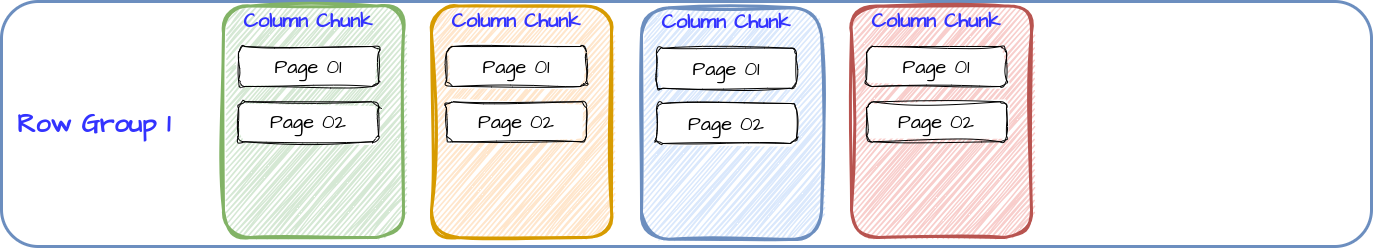
Above: content/en/blog/2023/2023-12-28/apache-parquet-parquet-format-03.drawio.png in mauvaisetroupe/architech (draw.io), before the change. Source tidied: cells renumbered, new cells last; positions are measured from the earlier drawing's top-left corner, leaving out a move shared by most shapes. The source it was exported from:
```xml
<mxGraphModel>
  <root>
    <mxCell id="0" />
    <mxCell id="1" parent="0" />
    <mxCell id="2" value="Row Group 1" style="rounded=1;whiteSpace=wrap;html=1;hachureGap=4;fontFamily=Architects Daughter;fontSource=https%3A%2F%2Ffonts.googleapis.com%2Fcss%3Ffamily%3DArchitects%2BDaughter;fontSize=26;fillColor=none;strokeColor=#6c8ebf;strokeWidth=3;align=left;spacingRight=5;spacingLeft=14;fontColor=#3333FF;fontStyle=1;" parent="1" vertex="1">
      <mxGeometry width="1370" height="245" as="geometry" />
    </mxCell>
    <mxCell id="3" style="rounded=1;whiteSpace=wrap;html=1;hachureGap=4;fontFamily=Architects Daughter;fontSource=https%3A%2F%2Ffonts.googleapis.com%2Fcss%3Ffamily%3DArchitects%2BDaughter;fontSize=30;fillColor=#d5e8d4;strokeColor=#82b366;strokeWidth=3;align=center;spacingRight=5;spacingLeft=14;fillStyle=hatch;sketch=1;curveFitting=1;jiggle=2;fontStyle=1;fontColor=#3333FF;" parent="1" vertex="1">
      <mxGeometry x="222" y="4.5" width="180" height="231.5" as="geometry" />
    </mxCell>
    <mxCell id="4" value="Column Chunk" style="text;html=1;strokeColor=none;fillColor=none;align=center;verticalAlign=middle;whiteSpace=wrap;rounded=0;fontSize=20;fontFamily=Architects Daughter;fontColor=#3333FF;fontStyle=1;" parent="1" vertex="1">
      <mxGeometry x="212" y="3.5" width="190" height="30" as="geometry" />
    </mxCell>
    <mxCell id="5" value="Page 01" style="rounded=1;whiteSpace=wrap;html=1;sketch=1;hachureGap=4;jiggle=2;curveFitting=1;fontFamily=Architects Daughter;fontSource=https%3A%2F%2Ffonts.googleapis.com%2Fcss%3Ffamily%3DArchitects%2BDaughter;fontSize=20;" parent="1" vertex="1">
      <mxGeometry x="237" y="45" width="140" height="40" as="geometry" />
    </mxCell>
    <mxCell id="6" value="Page 02" style="rounded=1;whiteSpace=wrap;html=1;sketch=1;hachureGap=4;jiggle=2;curveFitting=1;fontFamily=Architects Daughter;fontSource=https%3A%2F%2Ffonts.googleapis.com%2Fcss%3Ffamily%3DArchitects%2BDaughter;fontSize=20;" parent="1" vertex="1">
      <mxGeometry x="237" y="100.2" width="140" height="40" as="geometry" />
    </mxCell>
    <mxCell id="7" style="rounded=1;whiteSpace=wrap;html=1;hachureGap=4;fontFamily=Architects Daughter;fontSource=https%3A%2F%2Ffonts.googleapis.com%2Fcss%3Ffamily%3DArchitects%2BDaughter;fontSize=30;fillColor=#ffe6cc;strokeColor=#d79b00;strokeWidth=3;align=center;spacingRight=5;spacingLeft=14;fillStyle=hatch;sketch=1;curveFitting=1;jiggle=2;fontStyle=1;" parent="1" vertex="1">
      <mxGeometry x="430" y="4.5" width="180" height="231.5" as="geometry" />
    </mxCell>
    <mxCell id="8" value="Column Chunk" style="text;html=1;strokeColor=none;fillColor=none;align=center;verticalAlign=middle;whiteSpace=wrap;rounded=0;fontSize=20;fontFamily=Architects Daughter;fontColor=#3333FF;fontStyle=1;" parent="1" vertex="1">
      <mxGeometry x="420" y="3.5" width="190" height="30" as="geometry" />
    </mxCell>
    <mxCell id="9" value="Page 01" style="rounded=1;whiteSpace=wrap;html=1;sketch=1;hachureGap=4;jiggle=2;curveFitting=1;fontFamily=Architects Daughter;fontSource=https%3A%2F%2Ffonts.googleapis.com%2Fcss%3Ffamily%3DArchitects%2BDaughter;fontSize=20;" parent="1" vertex="1">
      <mxGeometry x="445" y="45" width="140" height="40" as="geometry" />
    </mxCell>
    <mxCell id="10" value="Page 02" style="rounded=1;whiteSpace=wrap;html=1;sketch=1;hachureGap=4;jiggle=2;curveFitting=1;fontFamily=Architects Daughter;fontSource=https%3A%2F%2Ffonts.googleapis.com%2Fcss%3Ffamily%3DArchitects%2BDaughter;fontSize=20;" parent="1" vertex="1">
      <mxGeometry x="445" y="100.2" width="140" height="40" as="geometry" />
    </mxCell>
    <mxCell id="11" style="rounded=1;whiteSpace=wrap;html=1;hachureGap=4;fontFamily=Architects Daughter;fontSource=https%3A%2F%2Ffonts.googleapis.com%2Fcss%3Ffamily%3DArchitects%2BDaughter;fontSize=30;fillColor=#dae8fc;strokeColor=#6c8ebf;strokeWidth=3;align=center;spacingRight=5;spacingLeft=14;fillStyle=hatch;sketch=1;curveFitting=1;jiggle=2;fontStyle=1;" parent="1" vertex="1">
      <mxGeometry x="640" y="6.2" width="180" height="231.5" as="geometry" />
    </mxCell>
    <mxCell id="12" value="Column Chunk" style="text;html=1;strokeColor=none;fillColor=none;align=center;verticalAlign=middle;whiteSpace=wrap;rounded=0;fontSize=20;fontFamily=Architects Daughter;fontColor=#3333FF;fontStyle=1;" parent="1" vertex="1">
      <mxGeometry x="630" y="5.2" width="190" height="30" as="geometry" />
    </mxCell>
    <mxCell id="13" value="Page 01" style="rounded=1;whiteSpace=wrap;html=1;sketch=1;hachureGap=4;jiggle=2;curveFitting=1;fontFamily=Architects Daughter;fontSource=https%3A%2F%2Ffonts.googleapis.com%2Fcss%3Ffamily%3DArchitects%2BDaughter;fontSize=20;" parent="1" vertex="1">
      <mxGeometry x="655" y="46.8" width="140" height="40" as="geometry" />
    </mxCell>
    <mxCell id="14" value="Page 02" style="rounded=1;whiteSpace=wrap;html=1;sketch=1;hachureGap=4;jiggle=2;curveFitting=1;fontFamily=Architects Daughter;fontSource=https%3A%2F%2Ffonts.googleapis.com%2Fcss%3Ffamily%3DArchitects%2BDaughter;fontSize=20;" parent="1" vertex="1">
      <mxGeometry x="655" y="102" width="140" height="40" as="geometry" />
    </mxCell>
    <mxCell id="15" style="rounded=1;whiteSpace=wrap;html=1;hachureGap=4;fontFamily=Architects Daughter;fontSource=https%3A%2F%2Ffonts.googleapis.com%2Fcss%3Ffamily%3DArchitects%2BDaughter;fontSize=30;fillColor=#f8cecc;strokeColor=#b85450;strokeWidth=3;align=center;spacingRight=5;spacingLeft=14;fillStyle=hatch;sketch=1;curveFitting=1;jiggle=2;fontStyle=1;" parent="1" vertex="1">
      <mxGeometry x="850" y="4.5" width="180" height="231.5" as="geometry" />
    </mxCell>
    <mxCell id="16" value="Column Chunk" style="text;html=1;strokeColor=none;fillColor=none;align=center;verticalAlign=middle;whiteSpace=wrap;rounded=0;fontSize=20;fontFamily=Architects Daughter;fontColor=#3333FF;fontStyle=1;" parent="1" vertex="1">
      <mxGeometry x="840" y="3.5" width="190" height="30" as="geometry" />
    </mxCell>
    <mxCell id="17" value="Page 01" style="rounded=1;whiteSpace=wrap;html=1;sketch=1;hachureGap=4;jiggle=2;curveFitting=1;fontFamily=Architects Daughter;fontSource=https%3A%2F%2Ffonts.googleapis.com%2Fcss%3Ffamily%3DArchitects%2BDaughter;fontSize=20;" parent="1" vertex="1">
      <mxGeometry x="865" y="45" width="140" height="40" as="geometry" />
    </mxCell>
    <mxCell id="18" value="Page 02" style="rounded=1;whiteSpace=wrap;html=1;sketch=1;hachureGap=4;jiggle=2;curveFitting=1;fontFamily=Architects Daughter;fontSource=https%3A%2F%2Ffonts.googleapis.com%2Fcss%3Ffamily%3DArchitects%2BDaughter;fontSize=20;" parent="1" vertex="1">
      <mxGeometry x="865" y="100.2" width="140" height="40" as="geometry" />
    </mxCell>
  </root>
</mxGraphModel>
```
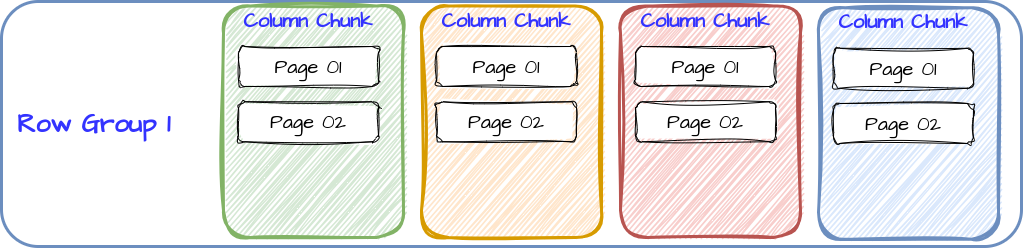
The same diagram one commit later.

Commit message:
Apache parquet format

The edit, as a diff of the source:
```diff
@@ -3,7 +3,7 @@
     <mxCell id="0" />
     <mxCell id="1" parent="0" />
     <mxCell id="2" value="Row Group 1" style="rounded=1;whiteSpace=wrap;html=1;hachureGap=4;fontFamily=Architects Daughter;fontSource=https%3A%2F%2Ffonts.googleapis.com%2Fcss%3Ffamily%3DArchitects%2BDaughter;fontSize=26;fillColor=none;strokeColor=#6c8ebf;strokeWidth=3;align=left;spacingRight=5;spacingLeft=14;fontColor=#3333FF;fontStyle=1;" parent="1" vertex="1">
-      <mxGeometry width="1370" height="245" as="geometry" />
+      <mxGeometry width="1020" height="245" as="geometry" />
     </mxCell>
     <mxCell id="3" style="rounded=1;whiteSpace=wrap;html=1;hachureGap=4;fontFamily=Architects Daughter;fontSource=https%3A%2F%2Ffonts.googleapis.com%2Fcss%3Ffamily%3DArchitects%2BDaughter;fontSize=30;fillColor=#d5e8d4;strokeColor=#82b366;strokeWidth=3;align=center;spacingRight=5;spacingLeft=14;fillStyle=hatch;sketch=1;curveFitting=1;jiggle=2;fontStyle=1;fontColor=#3333FF;" parent="1" vertex="1">
       <mxGeometry x="222" y="4.5" width="180" height="231.5" as="geometry" />
@@ -18,40 +18,40 @@
       <mxGeometry x="237" y="100.2" width="140" height="40" as="geometry" />
     </mxCell>
     <mxCell id="7" style="rounded=1;whiteSpace=wrap;html=1;hachureGap=4;fontFamily=Architects Daughter;fontSource=https%3A%2F%2Ffonts.googleapis.com%2Fcss%3Ffamily%3DArchitects%2BDaughter;fontSize=30;fillColor=#ffe6cc;strokeColor=#d79b00;strokeWidth=3;align=center;spacingRight=5;spacingLeft=14;fillStyle=hatch;sketch=1;curveFitting=1;jiggle=2;fontStyle=1;" parent="1" vertex="1">
-      <mxGeometry x="430" y="4.5" width="180" height="231.5" as="geometry" />
+      <mxGeometry x="420" y="4.5" width="180" height="231.5" as="geometry" />
     </mxCell>
     <mxCell id="8" value="Column Chunk" style="text;html=1;strokeColor=none;fillColor=none;align=center;verticalAlign=middle;whiteSpace=wrap;rounded=0;fontSize=20;fontFamily=Architects Daughter;fontColor=#3333FF;fontStyle=1;" parent="1" vertex="1">
-      <mxGeometry x="420" y="3.5" width="190" height="30" as="geometry" />
+      <mxGeometry x="410" y="3.5" width="190" height="30" as="geometry" />
     </mxCell>
     <mxCell id="9" value="Page 01" style="rounded=1;whiteSpace=wrap;html=1;sketch=1;hachureGap=4;jiggle=2;curveFitting=1;fontFamily=Architects Daughter;fontSource=https%3A%2F%2Ffonts.googleapis.com%2Fcss%3Ffamily%3DArchitects%2BDaughter;fontSize=20;" parent="1" vertex="1">
-      <mxGeometry x="445" y="45" width="140" height="40" as="geometry" />
+      <mxGeometry x="435" y="45" width="140" height="40" as="geometry" />
     </mxCell>
     <mxCell id="10" value="Page 02" style="rounded=1;whiteSpace=wrap;html=1;sketch=1;hachureGap=4;jiggle=2;curveFitting=1;fontFamily=Architects Daughter;fontSource=https%3A%2F%2Ffonts.googleapis.com%2Fcss%3Ffamily%3DArchitects%2BDaughter;fontSize=20;" parent="1" vertex="1">
-      <mxGeometry x="445" y="100.2" width="140" height="40" as="geometry" />
+      <mxGeometry x="435" y="100.2" width="140" height="40" as="geometry" />
     </mxCell>
-    <mxCell id="11" style="rounded=1;whiteSpace=wrap;html=1;hachureGap=4;fontFamily=Architects Daughter;fontSource=https%3A%2F%2Ffonts.googleapis.com%2Fcss%3Ffamily%3DArchitects%2BDaughter;fontSize=30;fillColor=#dae8fc;strokeColor=#6c8ebf;strokeWidth=3;align=center;spacingRight=5;spacingLeft=14;fillStyle=hatch;sketch=1;curveFitting=1;jiggle=2;fontStyle=1;" parent="1" vertex="1">
-      <mxGeometry x="640" y="6.2" width="180" height="231.5" as="geometry" />
-    </mxCell>
-    <mxCell id="12" value="Column Chunk" style="text;html=1;strokeColor=none;fillColor=none;align=center;verticalAlign=middle;whiteSpace=wrap;rounded=0;fontSize=20;fontFamily=Architects Daughter;fontColor=#3333FF;fontStyle=1;" parent="1" vertex="1">
-      <mxGeometry x="630" y="5.2" width="190" height="30" as="geometry" />
-    </mxCell>
-    <mxCell id="13" value="Page 01" style="rounded=1;whiteSpace=wrap;html=1;sketch=1;hachureGap=4;jiggle=2;curveFitting=1;fontFamily=Architects Daughter;fontSource=https%3A%2F%2Ffonts.googleapis.com%2Fcss%3Ffamily%3DArchitects%2BDaughter;fontSize=20;" parent="1" vertex="1">
-      <mxGeometry x="655" y="46.8" width="140" height="40" as="geometry" />
-    </mxCell>
-    <mxCell id="14" value="Page 02" style="rounded=1;whiteSpace=wrap;html=1;sketch=1;hachureGap=4;jiggle=2;curveFitting=1;fontFamily=Architects Daughter;fontSource=https%3A%2F%2Ffonts.googleapis.com%2Fcss%3Ffamily%3DArchitects%2BDaughter;fontSize=20;" parent="1" vertex="1">
-      <mxGeometry x="655" y="102" width="140" height="40" as="geometry" />
-    </mxCell>
     <mxCell id="15" style="rounded=1;whiteSpace=wrap;html=1;hachureGap=4;fontFamily=Architects Daughter;fontSource=https%3A%2F%2Ffonts.googleapis.com%2Fcss%3Ffamily%3DArchitects%2BDaughter;fontSize=30;fillColor=#f8cecc;strokeColor=#b85450;strokeWidth=3;align=center;spacingRight=5;spacingLeft=14;fillStyle=hatch;sketch=1;curveFitting=1;jiggle=2;fontStyle=1;" parent="1" vertex="1">
-      <mxGeometry x="850" y="4.5" width="180" height="231.5" as="geometry" />
+      <mxGeometry x="619" y="4.5" width="180" height="231.5" as="geometry" />
     </mxCell>
     <mxCell id="16" value="Column Chunk" style="text;html=1;strokeColor=none;fillColor=none;align=center;verticalAlign=middle;whiteSpace=wrap;rounded=0;fontSize=20;fontFamily=Architects Daughter;fontColor=#3333FF;fontStyle=1;" parent="1" vertex="1">
-      <mxGeometry x="840" y="3.5" width="190" height="30" as="geometry" />
+      <mxGeometry x="609" y="3.5" width="190" height="30" as="geometry" />
     </mxCell>
     <mxCell id="17" value="Page 01" style="rounded=1;whiteSpace=wrap;html=1;sketch=1;hachureGap=4;jiggle=2;curveFitting=1;fontFamily=Architects Daughter;fontSource=https%3A%2F%2Ffonts.googleapis.com%2Fcss%3Ffamily%3DArchitects%2BDaughter;fontSize=20;" parent="1" vertex="1">
-      <mxGeometry x="865" y="45" width="140" height="40" as="geometry" />
+      <mxGeometry x="634" y="45" width="140" height="40" as="geometry" />
     </mxCell>
     <mxCell id="18" value="Page 02" style="rounded=1;whiteSpace=wrap;html=1;sketch=1;hachureGap=4;jiggle=2;curveFitting=1;fontFamily=Architects Daughter;fontSource=https%3A%2F%2Ffonts.googleapis.com%2Fcss%3Ffamily%3DArchitects%2BDaughter;fontSize=20;" parent="1" vertex="1">
-      <mxGeometry x="865" y="100.2" width="140" height="40" as="geometry" />
+      <mxGeometry x="634" y="100.2" width="140" height="40" as="geometry" />
     </mxCell>
+    <mxCell id="19" style="rounded=1;whiteSpace=wrap;html=1;hachureGap=4;fontFamily=Architects Daughter;fontSource=https%3A%2F%2Ffonts.googleapis.com%2Fcss%3Ffamily%3DArchitects%2BDaughter;fontSize=30;fillColor=#dae8fc;strokeColor=#6c8ebf;strokeWidth=3;align=center;spacingRight=5;spacingLeft=14;fillStyle=hatch;sketch=1;curveFitting=1;jiggle=2;fontStyle=1;" parent="1" vertex="1">
+      <mxGeometry x="817" y="6.2" width="180" height="231.5" as="geometry" />
+    </mxCell>
+    <mxCell id="12" value="Column Chunk" style="text;html=1;strokeColor=none;fillColor=none;align=center;verticalAlign=middle;whiteSpace=wrap;rounded=0;fontSize=20;fontFamily=Architects Daughter;fontColor=#3333FF;fontStyle=1;" parent="1" vertex="1">
+      <mxGeometry x="807" y="5.2" width="190" height="30" as="geometry" />
+    </mxCell>
+    <mxCell id="13" value="Page 01" style="rounded=1;whiteSpace=wrap;html=1;sketch=1;hachureGap=4;jiggle=2;curveFitting=1;fontFamily=Architects Daughter;fontSource=https%3A%2F%2Ffonts.googleapis.com%2Fcss%3Ffamily%3DArchitects%2BDaughter;fontSize=20;" parent="1" vertex="1">
+      <mxGeometry x="832" y="46.8" width="140" height="40" as="geometry" />
+    </mxCell>
+    <mxCell id="14" value="Page 02" style="rounded=1;whiteSpace=wrap;html=1;sketch=1;hachureGap=4;jiggle=2;curveFitting=1;fontFamily=Architects Daughter;fontSource=https%3A%2F%2Ffonts.googleapis.com%2Fcss%3Ffamily%3DArchitects%2BDaughter;fontSize=20;" parent="1" vertex="1">
+      <mxGeometry x="832" y="102" width="140" height="40" as="geometry" />
+    </mxCell>
   </root>
 </mxGraphModel>
```
